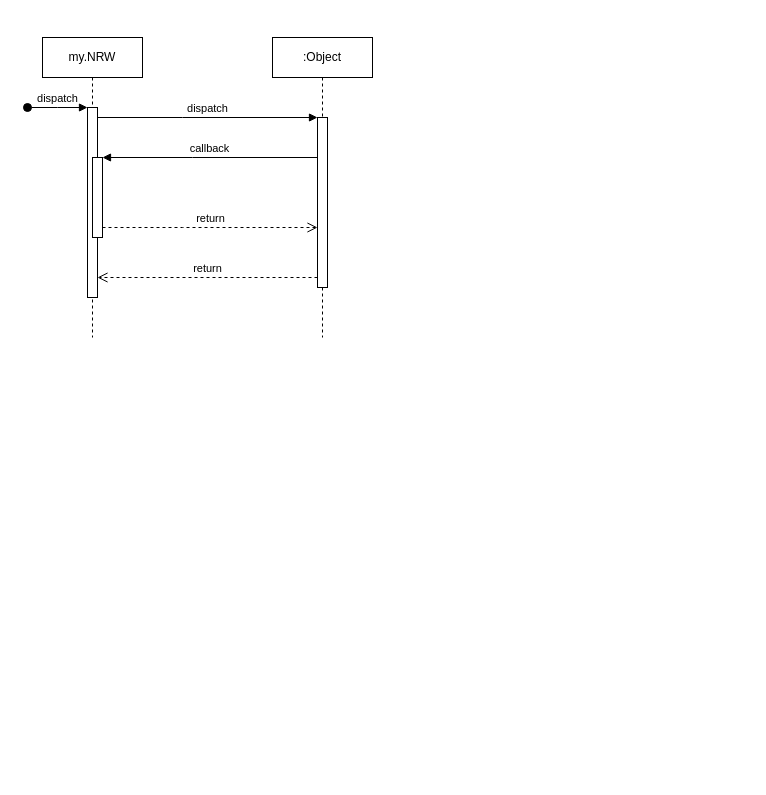
Before: Rückmeldung LBV PersNr.drawio in Fa8io/Sequenzdiagramm, a draw.io diagram. Source tidied: cells renumbered, new cells numbered last; positions are measured from the earlier drawing's top-left corner, leaving out a move shared by most shapes. Both pictures are drawn from the tidied source at 100%, with x=0, y=0 at pixel (27, 37).
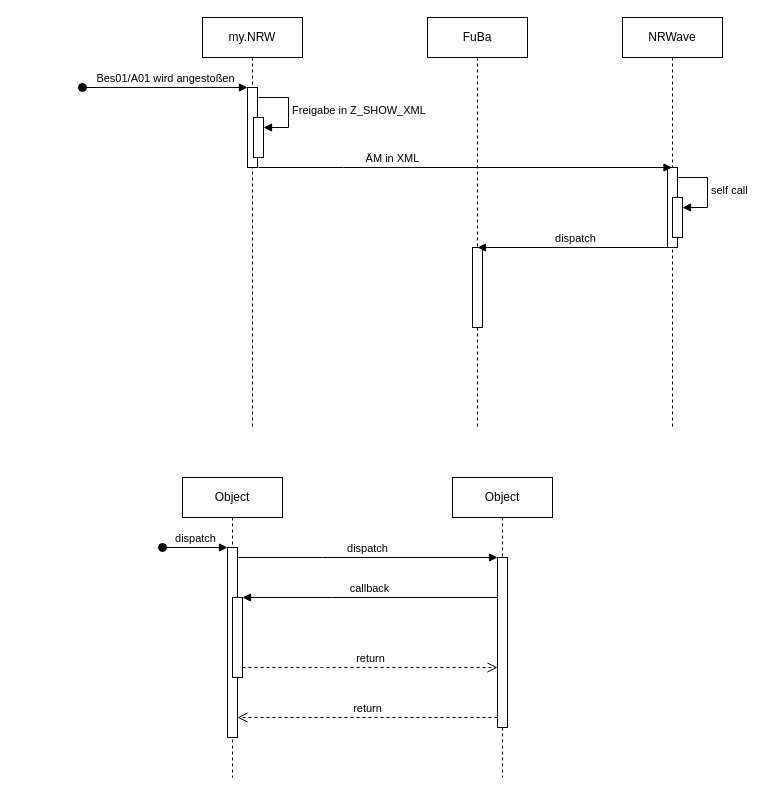
After the change.

The change refers to these unchanged cells:
```xml
<mxCell id="3" style="html=1;points=[];perimeter=orthogonalPerimeter;outlineConnect=0;targetShapes=umlLifeline;portConstraint=eastwest;newEdgeStyle={&quot;edgeStyle&quot;:&quot;elbowEdgeStyle&quot;,&quot;elbow&quot;:&quot;vertical&quot;,&quot;curved&quot;:0,&quot;rounded&quot;:0};" parent="2" vertex="1">
  <mxGeometry x="45" y="70" width="10" height="190" as="geometry" />
</mxCell>
<mxCell id="5" style="html=1;points=[];perimeter=orthogonalPerimeter;outlineConnect=0;targetShapes=umlLifeline;portConstraint=eastwest;newEdgeStyle={&quot;edgeStyle&quot;:&quot;elbowEdgeStyle&quot;,&quot;elbow&quot;:&quot;vertical&quot;,&quot;curved&quot;:0,&quot;rounded&quot;:0};" parent="2" vertex="1">
  <mxGeometry x="50" y="120" width="10" height="80" as="geometry" />
</mxCell>
<mxCell id="7" style="html=1;points=[];perimeter=orthogonalPerimeter;outlineConnect=0;targetShapes=umlLifeline;portConstraint=eastwest;newEdgeStyle={&quot;edgeStyle&quot;:&quot;elbowEdgeStyle&quot;,&quot;elbow&quot;:&quot;vertical&quot;,&quot;curved&quot;:0,&quot;rounded&quot;:0};" parent="6" vertex="1">
  <mxGeometry x="45" y="80" width="10" height="170" as="geometry" />
</mxCell>
```

Change to the diagram source:
```diff
@@
-    <mxCell id="2" value="my.NRW" style="shape=umlLifeline;perimeter=lifelinePerimeter;whiteSpace=wrap;html=1;newEdgeStyle={&quot;edgeStyle&quot;:&quot;elbowEdgeStyle&quot;,&quot;elbow&quot;:&quot;vertical&quot;,&quot;curved&quot;:0,&quot;rounded&quot;:0};" parent="1" vertex="1">
-      <mxGeometry x="15" width="100" height="300" as="geometry" />
+    <mxCell id="2" value="Object" style="shape=umlLifeline;perimeter=lifelinePerimeter;whiteSpace=wrap;html=1;newEdgeStyle={&quot;edgeStyle&quot;:&quot;elbowEdgeStyle&quot;,&quot;elbow&quot;:&quot;vertical&quot;,&quot;curved&quot;:0,&quot;rounded&quot;:0};" parent="1" vertex="1">
+      <mxGeometry x="155" y="440" width="100" height="300" as="geometry" />
     </mxCell>
@@
     <mxCell id="4" value="dispatch" style="html=1;verticalAlign=bottom;startArrow=oval;endArrow=block;startSize=8;edgeStyle=elbowEdgeStyle;elbow=vertical;curved=0;rounded=0;" parent="2" edge="1" target="3">
       <mxGeometry relative="1" as="geometry">
-        <mxPoint x="-15" y="70" as="sourcePoint" />
+        <mxPoint x="-20" y="70" as="sourcePoint" />
       </mxGeometry>
     </mxCell>
@@
-    <mxCell id="6" value=":Object" style="shape=umlLifeline;perimeter=lifelinePerimeter;whiteSpace=wrap;html=1;newEdgeStyle={&quot;edgeStyle&quot;:&quot;elbowEdgeStyle&quot;,&quot;elbow&quot;:&quot;vertical&quot;,&quot;curved&quot;:0,&quot;rounded&quot;:0};" parent="1" vertex="1">
-      <mxGeometry x="245" width="100" height="300" as="geometry" />
+    <mxCell id="6" value="Object" style="shape=umlLifeline;perimeter=lifelinePerimeter;whiteSpace=wrap;html=1;newEdgeStyle={&quot;edgeStyle&quot;:&quot;elbowEdgeStyle&quot;,&quot;elbow&quot;:&quot;vertical&quot;,&quot;curved&quot;:0,&quot;rounded&quot;:0};" parent="1" vertex="1">
+      <mxGeometry x="425" y="440" width="100" height="300" as="geometry" />
     </mxCell>
@@
     <mxCell id="8" value="dispatch" style="html=1;verticalAlign=bottom;endArrow=block;edgeStyle=elbowEdgeStyle;elbow=vertical;curved=0;rounded=0;" parent="1" edge="1" source="3" target="7">
       <mxGeometry relative="1" as="geometry">
         <Array as="points">
-          <mxPoint x="155" y="80" />
+          <mxPoint x="295" y="520" />
         </Array>
       </mxGeometry>
     </mxCell>
     <mxCell id="9" value="return" style="html=1;verticalAlign=bottom;endArrow=open;dashed=1;endSize=8;edgeStyle=elbowEdgeStyle;elbow=vertical;curved=0;rounded=0;" parent="1" edge="1" source="7" target="3">
       <mxGeometry relative="1" as="geometry">
         <Array as="points">
-          <mxPoint x="165" y="240" />
+          <mxPoint x="305" y="680" />
         </Array>
       </mxGeometry>
     </mxCell>
     <mxCell id="10" value="callback" style="html=1;verticalAlign=bottom;endArrow=block;edgeStyle=elbowEdgeStyle;elbow=vertical;curved=0;rounded=0;" parent="1" edge="1" source="7" target="5">
       <mxGeometry relative="1" as="geometry">
         <Array as="points">
-          <mxPoint x="165" y="120" />
+          <mxPoint x="305" y="560" />
         </Array>
       </mxGeometry>
     </mxCell>
     <mxCell id="11" value="return" style="html=1;verticalAlign=bottom;endArrow=open;dashed=1;endSize=8;edgeStyle=elbowEdgeStyle;elbow=vertical;curved=0;rounded=0;" parent="1" edge="1" source="5" target="7">
       <mxGeometry relative="1" as="geometry">
         <Array as="points">
-          <mxPoint x="155" y="190" />
+          <mxPoint x="295" y="630" />
         </Array>
       </mxGeometry>
     </mxCell>
+    <mxCell id="12" value="my.NRW" style="shape=umlLifeline;perimeter=lifelinePerimeter;whiteSpace=wrap;html=1;newEdgeStyle={&quot;edgeStyle&quot;:&quot;elbowEdgeStyle&quot;,&quot;elbow&quot;:&quot;vertical&quot;,&quot;curved&quot;:0,&quot;rounded&quot;:0};" parent="1" vertex="1">
+      <mxGeometry x="175" y="-20" width="100" height="410" as="geometry" />
+    </mxCell>
+    <mxCell id="13" style="html=1;points=[];perimeter=orthogonalPerimeter;outlineConnect=0;targetShapes=umlLifeline;portConstraint=eastwest;newEdgeStyle={&quot;edgeStyle&quot;:&quot;elbowEdgeStyle&quot;,&quot;elbow&quot;:&quot;vertical&quot;,&quot;curved&quot;:0,&quot;rounded&quot;:0};" parent="12" vertex="1">
+      <mxGeometry x="45" y="70" width="10" height="80" as="geometry" />
+    </mxCell>
+    <mxCell id="14" value="Bes01/A01 wird angestoßen" style="html=1;verticalAlign=bottom;startArrow=oval;endArrow=block;startSize=8;edgeStyle=elbowEdgeStyle;elbow=vertical;curved=0;rounded=0;" parent="12" edge="1" target="13">
+      <mxGeometry relative="1" as="geometry">
+        <mxPoint x="-120" y="70" as="sourcePoint" />
+      </mxGeometry>
+    </mxCell>
+    <mxCell id="15" style="html=1;points=[[0,0,0,0,5],[0,1,0,0,-5],[1,0,0,0,5],[1,1,0,0,-5]];perimeter=orthogonalPerimeter;outlineConnect=0;targetShapes=umlLifeline;portConstraint=eastwest;newEdgeStyle={&quot;curved&quot;:0,&quot;rounded&quot;:0};" parent="12" vertex="1">
+      <mxGeometry x="51" y="100" width="10" height="40" as="geometry" />
+    </mxCell>
+    <mxCell id="16" value="Freigabe in Z_SHOW_XML" style="html=1;align=left;spacingLeft=2;endArrow=block;rounded=0;edgeStyle=orthogonalEdgeStyle;curved=0;rounded=0;" parent="12" edge="1" target="15">
+      <mxGeometry relative="1" as="geometry">
+        <mxPoint x="56" y="80" as="sourcePoint" />
+        <Array as="points">
+          <mxPoint x="86" y="110" />
+        </Array>
+      </mxGeometry>
+    </mxCell>
+    <mxCell id="17" value="NRWave" style="shape=umlLifeline;perimeter=lifelinePerimeter;whiteSpace=wrap;html=1;outlineConnect=0;portConstraint=eastwest;newEdgeStyle={&quot;edgeStyle&quot;:&quot;elbowEdgeStyle&quot;,&quot;elbow&quot;:&quot;vertical&quot;,&quot;curved&quot;:0,&quot;rounded&quot;:0};" parent="1" vertex="1">
+      <mxGeometry x="595" y="-20" width="100" height="410" as="geometry" />
+    </mxCell>
+    <mxCell id="18" style="html=1;perimeter=orthogonalPerimeter;targetShapes=umlLifeline;newEdgeStyle={&quot;edgeStyle&quot;:&quot;elbowEdgeStyle&quot;,&quot;elbow&quot;:&quot;vertical&quot;,&quot;curved&quot;:0,&quot;rounded&quot;:0};" parent="17" vertex="1">
+      <mxGeometry x="45" y="150" width="10" height="80" as="geometry" />
+    </mxCell>
+    <mxCell id="19" style="html=1;points=[[0,0,0,0,5],[0,1,0,0,-5],[1,0,0,0,5],[1,1,0,0,-5]];perimeter=orthogonalPerimeter;outlineConnect=0;targetShapes=umlLifeline;portConstraint=eastwest;newEdgeStyle={&quot;curved&quot;:0,&quot;rounded&quot;:0};" parent="17" vertex="1">
+      <mxGeometry x="50" y="180" width="10" height="40" as="geometry" />
+    </mxCell>
+    <mxCell id="20" value="self call" style="html=1;align=left;spacingLeft=2;endArrow=block;rounded=0;edgeStyle=orthogonalEdgeStyle;curved=0;rounded=0;" parent="17" edge="1" target="19">
+      <mxGeometry relative="1" as="geometry">
+        <mxPoint x="55" y="160" as="sourcePoint" />
+        <Array as="points">
+          <mxPoint x="85" y="190" />
+        </Array>
+      </mxGeometry>
+    </mxCell>
+    <mxCell id="21" value="ÄM in XML" style="html=1;verticalAlign=bottom;endArrow=block;edgeStyle=elbowEdgeStyle;elbow=vertical;curved=0;rounded=0;" parent="1" edge="1" target="17">
+      <mxGeometry x="-0.35" relative="1" as="geometry">
+        <mxPoint x="231" y="130" as="sourcePoint" />
+        <Array as="points">
+          <mxPoint x="316" y="130" />
+        </Array>
+      </mxGeometry>
+    </mxCell>
+    <mxCell id="22" value="FuBa" style="shape=umlLifeline;perimeter=lifelinePerimeter;whiteSpace=wrap;html=1;newEdgeStyle={&quot;curved&quot;:0,&quot;rounded&quot;:0};" parent="1" vertex="1">
+      <mxGeometry x="400" y="-20" width="100" height="410" as="geometry" />
+    </mxCell>
+    <mxCell id="23" style="html=1;perimeter=orthogonalPerimeter;targetShapes=umlLifeline;newEdgeStyle={&quot;curved&quot;:0,&quot;rounded&quot;:0};" parent="22" vertex="1">
+      <mxGeometry x="45" y="230" width="10" height="80" as="geometry" />
+    </mxCell>
+    <mxCell id="24" value="dispatch" style="html=1;verticalAlign=bottom;endArrow=block;curved=0;rounded=0;entryX=0.496;entryY=0.763;entryDx=0;entryDy=0;entryPerimeter=0;" parent="1" edge="1">
+      <mxGeometry relative="1" as="geometry">
+        <mxPoint x="644.9" y="210" as="sourcePoint" />
+        <mxPoint x="450" y="210" as="targetPoint" />
+      </mxGeometry>
+    </mxCell>
```
